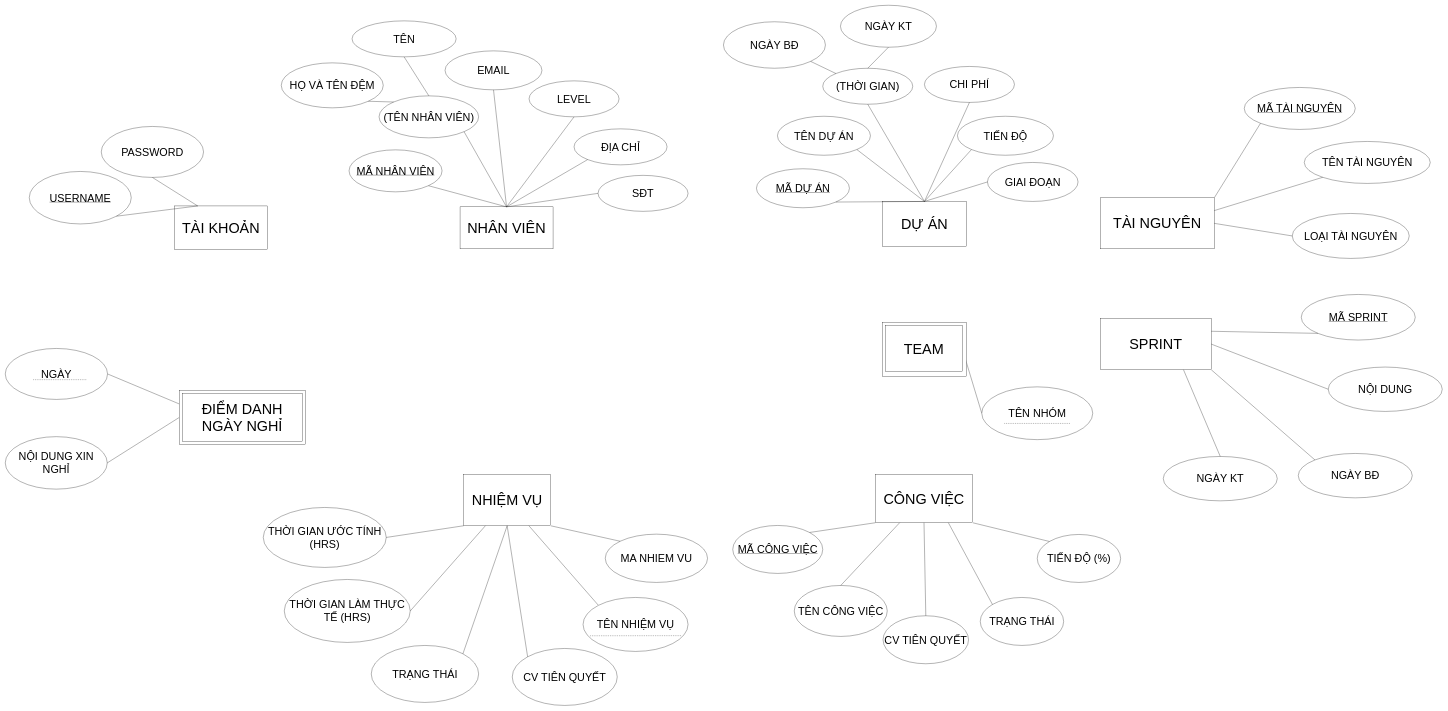
Earlier version of the draw.io diagram page "Các Tập Thực Thể" (2 of 2) of model/Relation_ERD.drawio (Narius2030/Project-Management-App). Source tidied: cells renumbered, new cells numbered last; positions are measured from the earlier drawing's top-left corner, leaving out a move shared by most shapes. Both pictures are drawn from the tidied source at 30%, with x=0, y=0 at pixel (5, 5).
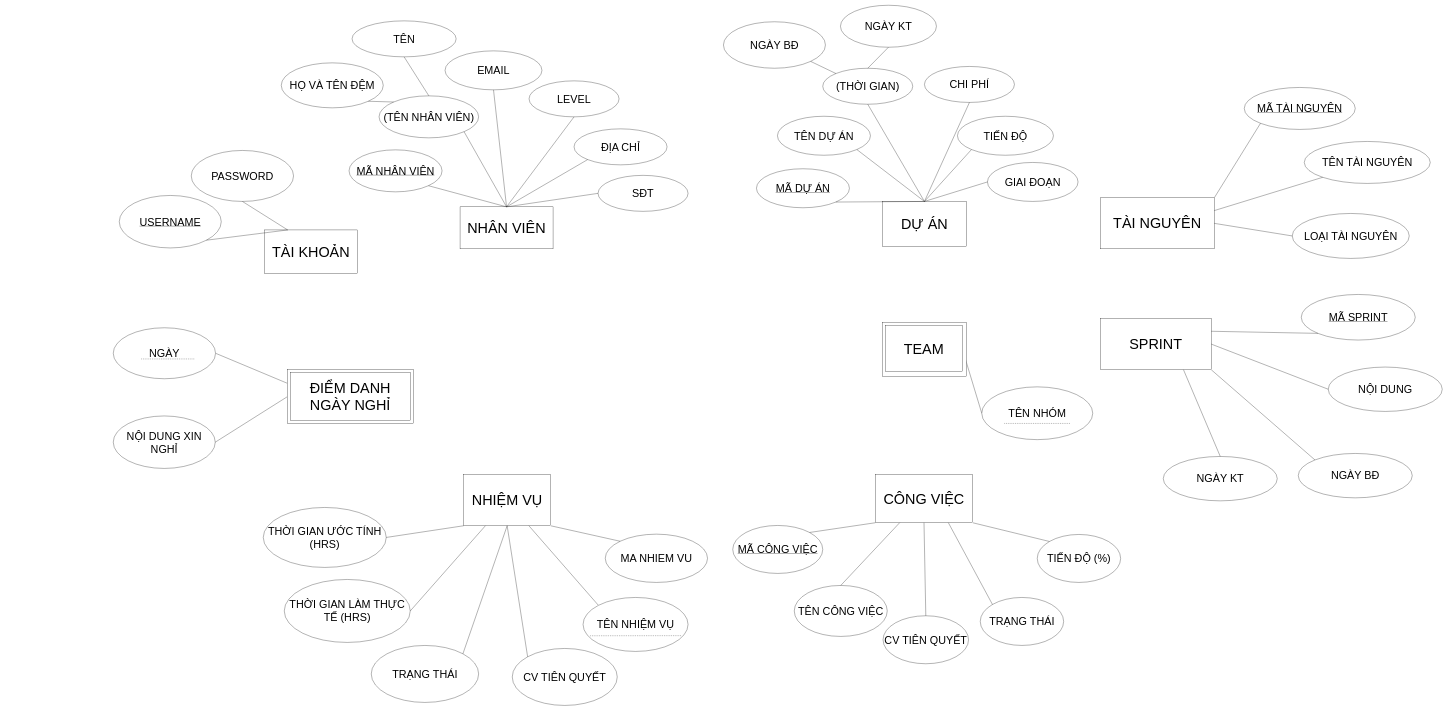
After the change.

Change to the diagram source:
```diff
@@
-    <mxCell id="2" value="&lt;font style=&quot;font-size: 48px;&quot;&gt;TÀI KHOẢN&lt;/font&gt;" style="rounded=0;whiteSpace=wrap;html=1;" parent="1" vertex="1">
-      <mxGeometry x="564" y="669" width="310" height="145" as="geometry" />
+    <mxCell id="2" value="&lt;font style=&quot;font-size: 48px;&quot;&gt;TÀI KHOẢN&lt;/font&gt;" style="rounded=0;whiteSpace=wrap;html=1;shadow=0;" parent="1" vertex="1">
+      <mxGeometry x="864" y="749" width="310" height="145" as="geometry" />
     </mxCell>
     <mxCell id="3" value="&lt;font style=&quot;font-size: 36px;&quot;&gt;USERNAME&lt;/font&gt;" style="ellipse;whiteSpace=wrap;html=1;fontStyle=4;" parent="1" vertex="1">
-      <mxGeometry x="80" y="554" width="340" height="175" as="geometry" />
+      <mxGeometry x="380" y="634" width="340" height="175" as="geometry" />
     </mxCell>
     <mxCell id="4" value="&lt;font style=&quot;font-size: 36px;&quot;&gt;PASSWORD&lt;/font&gt;" style="ellipse;whiteSpace=wrap;html=1;" parent="1" vertex="1">
-      <mxGeometry x="320" y="404" width="341" height="170" as="geometry" />
+      <mxGeometry x="620" y="484" width="341" height="170" as="geometry" />
     </mxCell>
@@
     <mxCell id="78" value="&lt;font style=&quot;font-size: 36px;&quot;&gt;NỘI DUNG XIN NGHỈ&lt;/font&gt;" style="ellipse;whiteSpace=wrap;html=1;" parent="1" vertex="1">
-      <mxGeometry y="1438" width="340" height="175" as="geometry" />
+      <mxGeometry x="360" y="1369" width="340" height="175" as="geometry" />
     </mxCell>
@@
     <mxCell id="84" style="group;" parent="1" vertex="1">
-      <mxGeometry x="800" y="1354" width="200" height="110" as="geometry" />
+      <mxGeometry x="1160" y="1285" width="200" height="110" as="geometry" />
     </mxCell>
@@
     <mxCell id="87" style="group;" parent="1" vertex="1">
-      <mxGeometry y="1144" width="341" height="170" as="geometry" />
+      <mxGeometry x="360" y="1075" width="341" height="170" as="geometry" />
     </mxCell>
```
